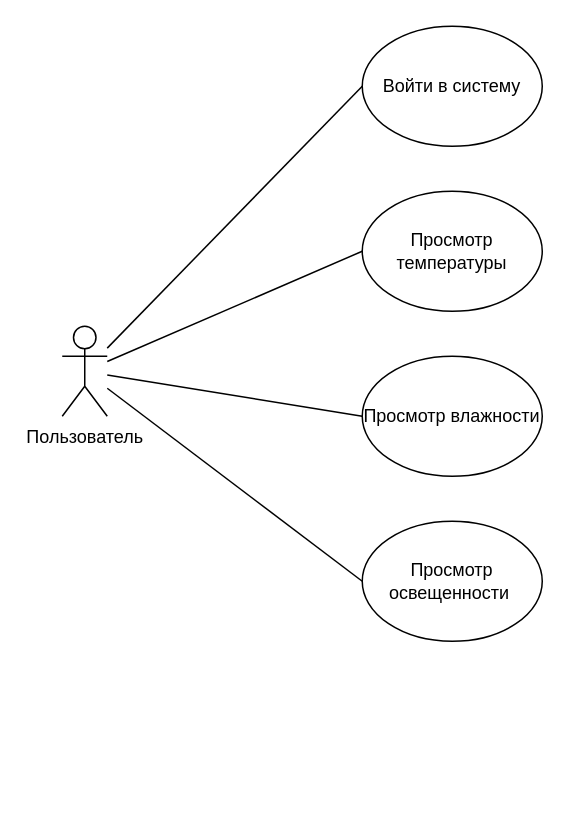
Merfarion/Diagrams-and-schemes keeps this draw.io diagram as 10iot.drawio. Above is the earlier version. Source tidied: cells renumbered, new cells numbered last; positions are measured from the earlier drawing's top-left corner, leaving out a move shared by most shapes. Both pictures are drawn from the tidied source at 150%, with x=0, y=0 at pixel (62, 26).
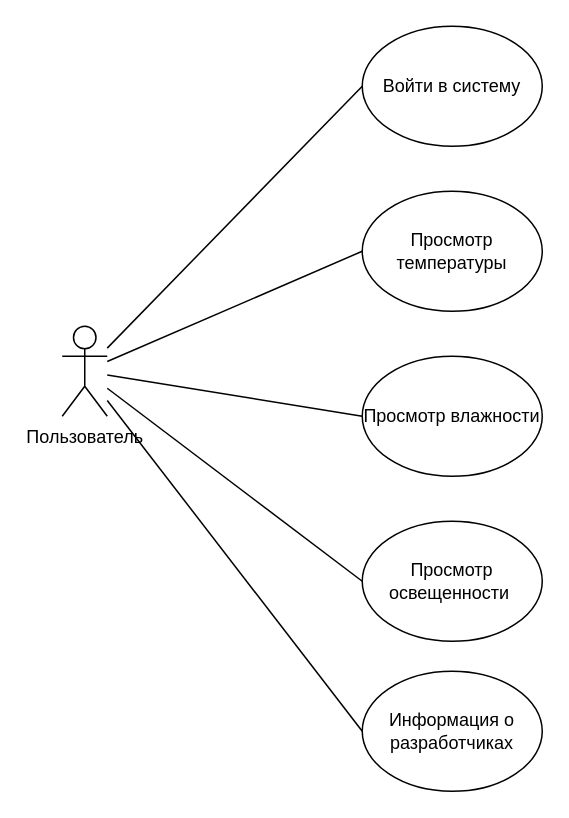
After the change.

What changed in the source:
```diff
@@
 <mxGraphModel>
   <root>
     <mxCell id="0" />
     <mxCell id="1" parent="0" />
     <mxCell id="2" value="Пользователь" style="shape=umlActor;verticalLabelPosition=bottom;verticalAlign=top;html=1;outlineConnect=0;" parent="1" vertex="1">
       <mxGeometry y="200" width="30" height="60" as="geometry" />
     </mxCell>
     <mxCell id="3" value="Войти в систему" style="ellipse;whiteSpace=wrap;html=1;" parent="1" vertex="1">
       <mxGeometry x="200" width="120" height="80" as="geometry" />
     </mxCell>
     <mxCell id="4" value="Просмотр температуры" style="ellipse;whiteSpace=wrap;html=1;" parent="1" vertex="1">
       <mxGeometry x="200" y="110" width="120" height="80" as="geometry" />
     </mxCell>
     <mxCell id="5" value="Просмотр влажности" style="ellipse;whiteSpace=wrap;html=1;" parent="1" vertex="1">
       <mxGeometry x="200" y="220" width="120" height="80" as="geometry" />
     </mxCell>
     <mxCell id="6" value="Просмотр освещенности&amp;nbsp;" style="ellipse;whiteSpace=wrap;html=1;" parent="1" vertex="1">
       <mxGeometry x="200" y="330" width="120" height="80" as="geometry" />
     </mxCell>
     <mxCell id="7" style="endArrow=none;html=1;rounded=0;entryX=0;entryY=0.5;entryDx=0;entryDy=0;" parent="1" edge="1" source="2" target="3">
       <mxGeometry relative="1" as="geometry" />
     </mxCell>
     <mxCell id="8" style="endArrow=none;html=1;rounded=0;entryX=0;entryY=0.5;entryDx=0;entryDy=0;" parent="1" edge="1" source="2" target="4">
       <mxGeometry relative="1" as="geometry" />
     </mxCell>
     <mxCell id="9" style="endArrow=none;html=1;rounded=0;entryX=0;entryY=0.5;entryDx=0;entryDy=0;" parent="1" edge="1" source="2" target="5">
       <mxGeometry relative="1" as="geometry" />
     </mxCell>
     <mxCell id="10" style="endArrow=none;html=1;rounded=0;entryX=0;entryY=0.5;entryDx=0;entryDy=0;" parent="1" edge="1" source="2" target="6">
       <mxGeometry relative="1" as="geometry" />
     </mxCell>
+    <mxCell id="11" value="Информация о разработчиках" style="ellipse;whiteSpace=wrap;html=1;" parent="1" vertex="1">
+      <mxGeometry x="200" y="430" width="120" height="80" as="geometry" />
+    </mxCell>
+    <mxCell id="12" style="endArrow=none;html=1;rounded=0;entryX=0;entryY=0.5;entryDx=0;entryDy=0;" parent="1" edge="1" source="2" target="11">
+      <mxGeometry relative="1" as="geometry" />
+    </mxCell>
   </root>
 </mxGraphModel>
```
